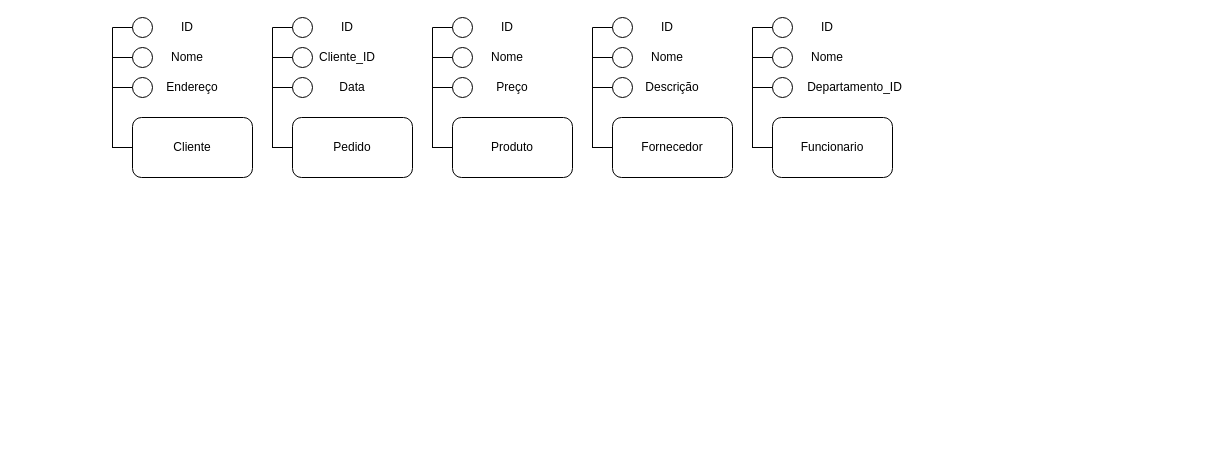
Earlier version of the draw.io diagram Diagrama sem nome.drawio (LeoGotardo/SQL). Source tidied: cells renumbered, new cells numbered last; positions are measured from the earlier drawing's top-left corner, leaving out a move shared by most shapes. Both pictures are drawn from the tidied source at 100%, with x=0, y=0 at pixel (112, 17).
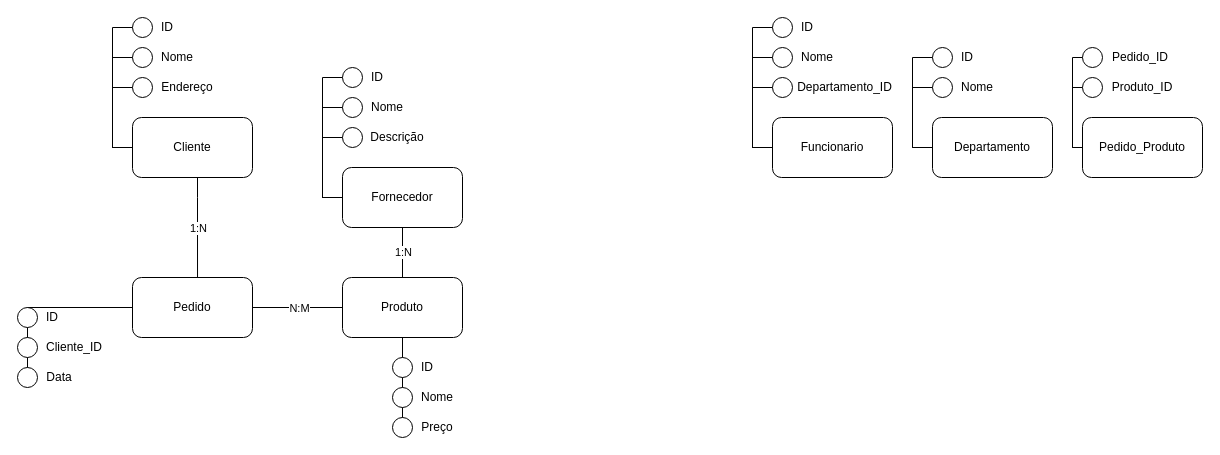
After the change.

The change refers to these unchanged cells:
```xml
<mxCell id="5" value="Cliente" style="rounded=1;whiteSpace=wrap;html=1;" parent="1" vertex="1">
  <mxGeometry x="20" y="100" width="120" height="60" as="geometry" />
</mxCell>
```

What changed in the source:
```diff
@@
+    <mxCell id="52" style="edgeStyle=orthogonalEdgeStyle;rounded=0;jettySize=auto;html=1;entryX=0.542;entryY=0.333;entryDx=0;entryDy=0;entryPerimeter=0;" parent="1" edge="1" source="5" target="15">
+      <mxGeometry relative="1" as="geometry">
+        <Array as="points">
+          <mxPoint x="85" y="180" />
+          <mxPoint x="85" y="180" />
+        </Array>
+      </mxGeometry>
+    </mxCell>
+    <mxCell id="53" value="1:N" style="edgeLabel;html=1;align=center;verticalAlign=middle;" parent="52" vertex="1">
+      <mxGeometry x="-0.16" y="-2" relative="1" as="geometry">
+        <mxPoint x="2" as="offset" />
+      </mxGeometry>
+    </mxCell>
@@
     <mxCell id="9" value="ID" style="text;html=1;strokeColor=none;fillColor=none;align=center;verticalAlign=middle;whiteSpace=wrap;rounded=0;" parent="1" vertex="1">
-      <mxGeometry x="50" width="50" height="20" as="geometry" />
+      <mxGeometry x="30" width="50" height="20" as="geometry" />
     </mxCell>
     <mxCell id="10" value="Nome" style="text;html=1;strokeColor=none;fillColor=none;align=center;verticalAlign=middle;whiteSpace=wrap;rounded=0;" parent="1" vertex="1">
-      <mxGeometry x="50" y="30" width="50" height="20" as="geometry" />
+      <mxGeometry x="40" y="30" width="50" height="20" as="geometry" />
     </mxCell>
     <mxCell id="11" value="Endereço" style="text;html=1;strokeColor=none;fillColor=none;align=center;verticalAlign=middle;whiteSpace=wrap;rounded=0;" parent="1" vertex="1">
-      <mxGeometry x="55" y="60" width="50" height="20" as="geometry" />
+      <mxGeometry x="50" y="60" width="50" height="20" as="geometry" />
     </mxCell>
     <mxCell id="12" style="edgeStyle=orthogonalEdgeStyle;rounded=0;jettySize=auto;html=1;exitX=0;exitY=0.5;exitDx=0;exitDy=0;entryX=0.5;entryY=0.5;entryDx=0;entryDy=0;entryPerimeter=0;" parent="1" edge="1" source="15" target="17">
       <mxGeometry relative="1" as="geometry">
         <Array as="points">
-          <mxPoint x="160" y="130" />
-          <mxPoint x="160" y="70" />
+          <mxPoint x="-85" y="290" />
         </Array>
       </mxGeometry>
     </mxCell>
     <mxCell id="13" style="edgeStyle=orthogonalEdgeStyle;rounded=0;jettySize=auto;html=1;exitX=0;exitY=0.5;exitDx=0;exitDy=0;entryX=0.5;entryY=0.5;entryDx=0;entryDy=0;entryPerimeter=0;" parent="1" edge="1" source="15" target="16">
       <mxGeometry relative="1" as="geometry">
         <Array as="points">
-          <mxPoint x="160" y="130" />
-          <mxPoint x="160" y="40" />
+          <mxPoint x="-85" y="290" />
         </Array>
       </mxGeometry>
     </mxCell>
     <mxCell id="14" style="edgeStyle=orthogonalEdgeStyle;rounded=0;jettySize=auto;html=1;exitX=0;exitY=0.5;exitDx=0;exitDy=0;entryX=0.5;entryY=0.5;entryDx=0;entryDy=0;entryPerimeter=0;" parent="1" edge="1" source="15" target="18">
       <mxGeometry relative="1" as="geometry">
         <Array as="points">
-          <mxPoint x="160" y="130" />
-          <mxPoint x="160" y="10" />
+          <mxPoint x="-85" y="290" />
         </Array>
       </mxGeometry>
     </mxCell>
+    <mxCell id="54" style="edgeStyle=orthogonalEdgeStyle;rounded=0;jettySize=auto;html=1;entryX=0.417;entryY=0.5;entryDx=0;entryDy=0;entryPerimeter=0;" parent="1" edge="1" source="15" target="25">
+      <mxGeometry relative="1" as="geometry" />
+    </mxCell>
+    <mxCell id="55" value="N:M" style="edgeLabel;html=1;align=center;verticalAlign=middle;" parent="54" vertex="1">
+      <mxGeometry x="-0.35" relative="1" as="geometry" />
+    </mxCell>
     <mxCell id="15" value="Pedido" style="rounded=1;whiteSpace=wrap;html=1;" parent="1" vertex="1">
-      <mxGeometry x="180" y="100" width="120" height="60" as="geometry" />
+      <mxGeometry x="20" y="260" width="120" height="60" as="geometry" />
     </mxCell>
     <mxCell id="16" style="ellipse;whiteSpace=wrap;html=1;" parent="1" vertex="1">
-      <mxGeometry x="180" y="30" width="20" height="20" as="geometry" />
+      <mxGeometry x="-95" y="320" width="20" height="20" as="geometry" />
     </mxCell>
     <mxCell id="17" style="ellipse;whiteSpace=wrap;html=1;" parent="1" vertex="1">
-      <mxGeometry x="180" y="60" width="20" height="20" as="geometry" />
+      <mxGeometry x="-95" y="350" width="20" height="20" as="geometry" />
     </mxCell>
     <mxCell id="18" style="ellipse;whiteSpace=wrap;html=1;" parent="1" vertex="1">
-      <mxGeometry x="180" width="20" height="20" as="geometry" />
+      <mxGeometry x="-95" y="290" width="20" height="20" as="geometry" />
     </mxCell>
     <mxCell id="19" value="ID" style="text;html=1;strokeColor=none;fillColor=none;align=center;verticalAlign=middle;whiteSpace=wrap;rounded=0;" parent="1" vertex="1">
-      <mxGeometry x="210" width="50" height="20" as="geometry" />
+      <mxGeometry x="-85" y="290" width="50" height="20" as="geometry" />
     </mxCell>
     <mxCell id="20" value="Cliente_ID" style="text;html=1;strokeColor=none;fillColor=none;align=center;verticalAlign=middle;whiteSpace=wrap;rounded=0;" parent="1" vertex="1">
-      <mxGeometry x="210" y="30" width="50" height="20" as="geometry" />
+      <mxGeometry x="-63" y="320" width="50" height="20" as="geometry" />
     </mxCell>
     <mxCell id="21" value="Data" style="text;html=1;strokeColor=none;fillColor=none;align=center;verticalAlign=middle;whiteSpace=wrap;rounded=0;" parent="1" vertex="1">
-      <mxGeometry x="215" y="60" width="50" height="20" as="geometry" />
+      <mxGeometry x="-78" y="350" width="50" height="20" as="geometry" />
     </mxCell>
+    <mxCell id="24" style="edgeStyle=orthogonalEdgeStyle;rounded=0;jettySize=auto;html=1;entryX=0.5;entryY=0.5;entryDx=0;entryDy=0;entryPerimeter=0;" parent="1" edge="1" source="25" target="28">
+      <mxGeometry relative="1" as="geometry" />
+    </mxCell>
+    <mxCell id="23" style="edgeStyle=orthogonalEdgeStyle;rounded=0;jettySize=auto;html=1;entryX=0.5;entryY=0.5;entryDx=0;entryDy=0;entryPerimeter=0;" parent="1" edge="1" source="25" target="26">
+      <mxGeometry relative="1" as="geometry" />
+    </mxCell>
-    <mxCell id="22" style="edgeStyle=orthogonalEdgeStyle;rounded=0;jettySize=auto;html=1;exitX=0;exitY=0.5;exitDx=0;exitDy=0;entryX=0.5;entryY=0.5;entryDx=0;entryDy=0;entryPerimeter=0;" parent="1" edge="1" source="25" target="27">
-      <mxGeometry relative="1" as="geometry">
-        <Array as="points">
-          <mxPoint x="320" y="130" />
-          <mxPoint x="320" y="70" />
-        </Array>
-      </mxGeometry>
+    <mxCell id="22" style="edgeStyle=orthogonalEdgeStyle;rounded=0;jettySize=auto;html=1;entryX=0.5;entryY=0.5;entryDx=0;entryDy=0;entryPerimeter=0;" parent="1" edge="1" source="25" target="27">
+      <mxGeometry relative="1" as="geometry" />
     </mxCell>
-    <mxCell id="23" style="edgeStyle=orthogonalEdgeStyle;rounded=0;jettySize=auto;html=1;exitX=0;exitY=0.5;exitDx=0;exitDy=0;entryX=0.5;entryY=0.5;entryDx=0;entryDy=0;entryPerimeter=0;" parent="1" edge="1" source="25" target="26">
-      <mxGeometry relative="1" as="geometry">
-        <Array as="points">
-          <mxPoint x="320" y="130" />
-          <mxPoint x="320" y="40" />
-        </Array>
-      </mxGeometry>
-    </mxCell>
-    <mxCell id="24" style="edgeStyle=orthogonalEdgeStyle;rounded=0;jettySize=auto;html=1;exitX=0;exitY=0.5;exitDx=0;exitDy=0;entryX=0.5;entryY=0.5;entryDx=0;entryDy=0;entryPerimeter=0;" parent="1" edge="1" source="25" target="28">
-      <mxGeometry relative="1" as="geometry">
-        <Array as="points">
-          <mxPoint x="320" y="130" />
-          <mxPoint x="320" y="10" />
-        </Array>
-      </mxGeometry>
-    </mxCell>
+    <mxCell id="56" style="edgeStyle=orthogonalEdgeStyle;rounded=0;jettySize=auto;html=1;entryX=0.5;entryY=0.833;entryDx=0;entryDy=0;entryPerimeter=0;" parent="1" edge="1" source="25" target="35">
+      <mxGeometry relative="1" as="geometry" />
+    </mxCell>
+    <mxCell id="57" value="1:N" style="edgeLabel;html=1;align=center;verticalAlign=middle;" parent="56" vertex="1">
+      <mxGeometry x="-0.12" relative="1" as="geometry" />
+    </mxCell>
     <mxCell id="25" value="Produto" style="rounded=1;whiteSpace=wrap;html=1;" parent="1" vertex="1">
-      <mxGeometry x="340" y="100" width="120" height="60" as="geometry" />
+      <mxGeometry x="230" y="260" width="120" height="60" as="geometry" />
     </mxCell>
     <mxCell id="26" style="ellipse;whiteSpace=wrap;html=1;" parent="1" vertex="1">
-      <mxGeometry x="340" y="30" width="20" height="20" as="geometry" />
+      <mxGeometry x="280" y="370" width="20" height="20" as="geometry" />
     </mxCell>
     <mxCell id="27" style="ellipse;whiteSpace=wrap;html=1;" parent="1" vertex="1">
-      <mxGeometry x="340" y="60" width="20" height="20" as="geometry" />
+      <mxGeometry x="280" y="400" width="20" height="20" as="geometry" />
     </mxCell>
     <mxCell id="28" style="ellipse;whiteSpace=wrap;html=1;" parent="1" vertex="1">
-      <mxGeometry x="340" width="20" height="20" as="geometry" />
+      <mxGeometry x="280" y="340" width="20" height="20" as="geometry" />
     </mxCell>
     <mxCell id="29" value="ID" style="text;html=1;strokeColor=none;fillColor=none;align=center;verticalAlign=middle;whiteSpace=wrap;rounded=0;" parent="1" vertex="1">
-      <mxGeometry x="370" width="50" height="20" as="geometry" />
+      <mxGeometry x="300" y="340" width="30" height="20" as="geometry" />
     </mxCell>
     <mxCell id="30" value="Nome" style="text;html=1;strokeColor=none;fillColor=none;align=center;verticalAlign=middle;whiteSpace=wrap;rounded=0;" parent="1" vertex="1">
-      <mxGeometry x="370" y="30" width="50" height="20" as="geometry" />
+      <mxGeometry x="300" y="370" width="50" height="20" as="geometry" />
     </mxCell>
     <mxCell id="31" value="Preço" style="text;html=1;strokeColor=none;fillColor=none;align=center;verticalAlign=middle;whiteSpace=wrap;rounded=0;" parent="1" vertex="1">
-      <mxGeometry x="375" y="60" width="50" height="20" as="geometry" />
+      <mxGeometry x="300" y="400" width="50" height="20" as="geometry" />
     </mxCell>
     <mxCell id="32" style="edgeStyle=orthogonalEdgeStyle;rounded=0;jettySize=auto;html=1;exitX=0;exitY=0.5;exitDx=0;exitDy=0;entryX=0.5;entryY=0.5;entryDx=0;entryDy=0;entryPerimeter=0;" parent="1" edge="1" source="35" target="37">
       <mxGeometry relative="1" as="geometry">
         <Array as="points">
-          <mxPoint x="480" y="130" />
-          <mxPoint x="480" y="70" />
+          <mxPoint x="210" y="180" />
+          <mxPoint x="210" y="120" />
         </Array>
       </mxGeometry>
     </mxCell>
     <mxCell id="33" style="edgeStyle=orthogonalEdgeStyle;rounded=0;jettySize=auto;html=1;exitX=0;exitY=0.5;exitDx=0;exitDy=0;entryX=0.5;entryY=0.5;entryDx=0;entryDy=0;entryPerimeter=0;" parent="1" edge="1" source="35" target="36">
       <mxGeometry relative="1" as="geometry">
         <Array as="points">
-          <mxPoint x="480" y="130" />
-          <mxPoint x="480" y="40" />
+          <mxPoint x="210" y="180" />
+          <mxPoint x="210" y="90" />
         </Array>
       </mxGeometry>
     </mxCell>
     <mxCell id="34" style="edgeStyle=orthogonalEdgeStyle;rounded=0;jettySize=auto;html=1;exitX=0;exitY=0.5;exitDx=0;exitDy=0;entryX=0.5;entryY=0.5;entryDx=0;entryDy=0;entryPerimeter=0;" parent="1" edge="1" source="35" target="38">
       <mxGeometry relative="1" as="geometry">
         <Array as="points">
-          <mxPoint x="480" y="130" />
-          <mxPoint x="480" y="10" />
+          <mxPoint x="210" y="180" />
+          <mxPoint x="210" y="60" />
         </Array>
       </mxGeometry>
     </mxCell>
     <mxCell id="35" value="Fornecedor" style="rounded=1;whiteSpace=wrap;html=1;" parent="1" vertex="1">
-      <mxGeometry x="500" y="100" width="120" height="60" as="geometry" />
+      <mxGeometry x="230" y="150" width="120" height="60" as="geometry" />
     </mxCell>
     <mxCell id="36" style="ellipse;whiteSpace=wrap;html=1;" parent="1" vertex="1">
-      <mxGeometry x="500" y="30" width="20" height="20" as="geometry" />
+      <mxGeometry x="230" y="80" width="20" height="20" as="geometry" />
     </mxCell>
     <mxCell id="37" style="ellipse;whiteSpace=wrap;html=1;" parent="1" vertex="1">
-      <mxGeometry x="500" y="60" width="20" height="20" as="geometry" />
+      <mxGeometry x="230" y="110" width="20" height="20" as="geometry" />
     </mxCell>
     <mxCell id="38" style="ellipse;whiteSpace=wrap;html=1;" parent="1" vertex="1">
-      <mxGeometry x="500" width="20" height="20" as="geometry" />
+      <mxGeometry x="230" y="50" width="20" height="20" as="geometry" />
     </mxCell>
     <mxCell id="39" value="ID" style="text;html=1;strokeColor=none;fillColor=none;align=center;verticalAlign=middle;whiteSpace=wrap;rounded=0;" parent="1" vertex="1">
-      <mxGeometry x="530" width="50" height="20" as="geometry" />
+      <mxGeometry x="240" y="50" width="50" height="20" as="geometry" />
     </mxCell>
     <mxCell id="40" value="Nome" style="text;html=1;strokeColor=none;fillColor=none;align=center;verticalAlign=middle;whiteSpace=wrap;rounded=0;" parent="1" vertex="1">
-      <mxGeometry x="530" y="30" width="50" height="20" as="geometry" />
+      <mxGeometry x="250" y="80" width="50" height="20" as="geometry" />
     </mxCell>
     <mxCell id="41" value="Descrição" style="text;html=1;strokeColor=none;fillColor=none;align=center;verticalAlign=middle;whiteSpace=wrap;rounded=0;" parent="1" vertex="1">
-      <mxGeometry x="535" y="60" width="50" height="20" as="geometry" />
+      <mxGeometry x="260" y="110" width="50" height="20" as="geometry" />
     </mxCell>
@@
     <mxCell id="49" value="ID" style="text;html=1;strokeColor=none;fillColor=none;align=center;verticalAlign=middle;whiteSpace=wrap;rounded=0;" parent="1" vertex="1">
-      <mxGeometry x="690" width="50" height="20" as="geometry" />
+      <mxGeometry x="670" width="50" height="20" as="geometry" />
     </mxCell>
     <mxCell id="50" value="Nome" style="text;html=1;strokeColor=none;fillColor=none;align=center;verticalAlign=middle;whiteSpace=wrap;rounded=0;" parent="1" vertex="1">
-      <mxGeometry x="690" y="30" width="50" height="20" as="geometry" />
+      <mxGeometry x="680" y="30" width="50" height="20" as="geometry" />
     </mxCell>
     <mxCell id="51" value="Departamento_ID" style="text;html=1;strokeColor=none;fillColor=none;align=center;verticalAlign=middle;whiteSpace=wrap;rounded=0;" parent="1" vertex="1">
-      <mxGeometry x="695" y="60" width="95" height="20" as="geometry" />
+      <mxGeometry x="685" y="60" width="95" height="20" as="geometry" />
     </mxCell>
+    <mxCell id="58" style="edgeStyle=orthogonalEdgeStyle;rounded=0;jettySize=auto;html=1;entryX=0.5;entryY=0.5;entryDx=0;entryDy=0;entryPerimeter=0;" parent="1" edge="1" source="60" target="61">
+      <mxGeometry relative="1" as="geometry">
+        <Array as="points">
+          <mxPoint x="800" y="130" />
+          <mxPoint x="800" y="70" />
+        </Array>
+      </mxGeometry>
+    </mxCell>
+    <mxCell id="59" style="edgeStyle=orthogonalEdgeStyle;rounded=0;jettySize=auto;html=1;entryX=0.5;entryY=0.5;entryDx=0;entryDy=0;entryPerimeter=0;" parent="1" edge="1" source="60" target="62">
+      <mxGeometry relative="1" as="geometry">
+        <Array as="points">
+          <mxPoint x="800" y="130" />
+          <mxPoint x="800" y="40" />
+        </Array>
+      </mxGeometry>
+    </mxCell>
+    <mxCell id="60" value="Departamento" style="rounded=1;whiteSpace=wrap;html=1;" parent="1" vertex="1">
+      <mxGeometry x="820" y="100" width="120" height="60" as="geometry" />
+    </mxCell>
+    <mxCell id="61" style="ellipse;whiteSpace=wrap;html=1;" parent="1" vertex="1">
+      <mxGeometry x="820" y="60" width="20" height="20" as="geometry" />
+    </mxCell>
+    <mxCell id="62" style="ellipse;whiteSpace=wrap;html=1;" parent="1" vertex="1">
+      <mxGeometry x="820" y="30" width="20" height="20" as="geometry" />
+    </mxCell>
+    <mxCell id="63" value="ID" style="text;html=1;strokeColor=none;fillColor=none;align=center;verticalAlign=middle;whiteSpace=wrap;rounded=0;" parent="1" vertex="1">
+      <mxGeometry x="830" y="30" width="50" height="20" as="geometry" />
+    </mxCell>
+    <mxCell id="64" value="Nome" style="text;html=1;strokeColor=none;fillColor=none;align=center;verticalAlign=middle;whiteSpace=wrap;rounded=0;" parent="1" vertex="1">
+      <mxGeometry x="840" y="60" width="50" height="20" as="geometry" />
+    </mxCell>
+    <mxCell id="65" style="edgeStyle=orthogonalEdgeStyle;rounded=0;jettySize=auto;html=1;entryX=0.5;entryY=0.5;entryDx=0;entryDy=0;entryPerimeter=0;" parent="1" edge="1" source="67" target="68">
+      <mxGeometry relative="1" as="geometry">
+        <Array as="points">
+          <mxPoint x="960" y="130" />
+          <mxPoint x="960" y="70" />
+        </Array>
+      </mxGeometry>
+    </mxCell>
+    <mxCell id="66" style="edgeStyle=orthogonalEdgeStyle;rounded=0;jettySize=auto;html=1;entryX=0.5;entryY=0.5;entryDx=0;entryDy=0;entryPerimeter=0;" parent="1" edge="1" source="67" target="69">
+      <mxGeometry relative="1" as="geometry">
+        <Array as="points">
+          <mxPoint x="960" y="130" />
+          <mxPoint x="960" y="40" />
+        </Array>
+      </mxGeometry>
+    </mxCell>
+    <mxCell id="67" value="Pedido_Produto" style="rounded=1;whiteSpace=wrap;html=1;" parent="1" vertex="1">
+      <mxGeometry x="970" y="100" width="120" height="60" as="geometry" />
+    </mxCell>
+    <mxCell id="68" style="ellipse;whiteSpace=wrap;html=1;" parent="1" vertex="1">
+      <mxGeometry x="970" y="60" width="20" height="20" as="geometry" />
+    </mxCell>
+    <mxCell id="69" style="ellipse;whiteSpace=wrap;html=1;" parent="1" vertex="1">
+      <mxGeometry x="970" y="30" width="20" height="20" as="geometry" />
+    </mxCell>
+    <mxCell id="70" value="Pedido_ID" style="text;html=1;strokeColor=none;fillColor=none;align=center;verticalAlign=middle;whiteSpace=wrap;rounded=0;" parent="1" vertex="1">
+      <mxGeometry x="1003" y="30" width="50" height="20" as="geometry" />
+    </mxCell>
+    <mxCell id="71" value="Produto_ID" style="text;html=1;strokeColor=none;fillColor=none;align=center;verticalAlign=middle;whiteSpace=wrap;rounded=0;" parent="1" vertex="1">
+      <mxGeometry x="1005" y="60" width="50" height="20" as="geometry" />
+    </mxCell>
```
